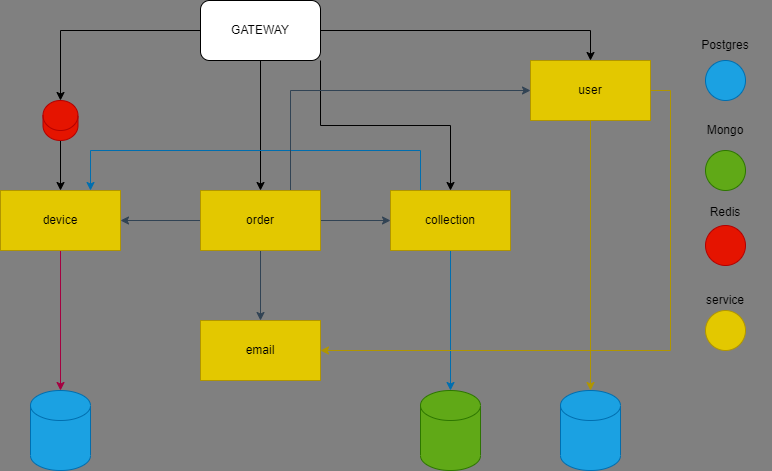
Above: docs/schema.png in alserov/device-shop (draw.io), before the change. Source tidied: cells renumbered, new cells last; positions are measured from the earlier drawing's top-left corner, leaving out a move shared by most shapes.
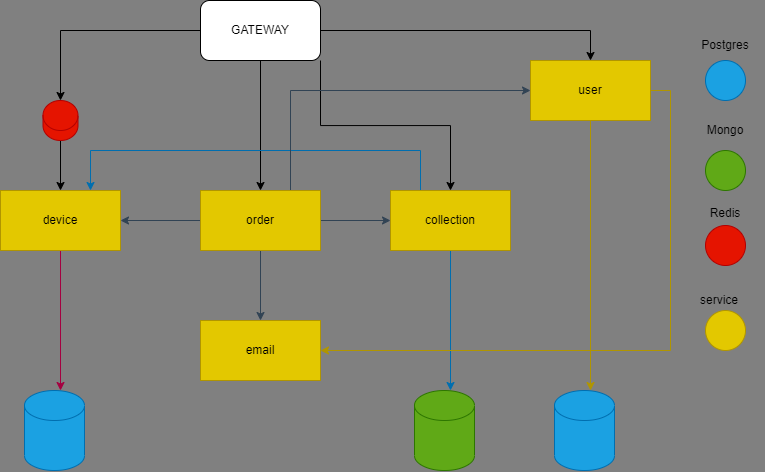
Later version of the same file.

Diff of the diagram source:
```diff
@@ -17,8 +17,10 @@
     <mxCell id="6" value="GATEWAY" style="rounded=1;whiteSpace=wrap;html=1;" parent="1" vertex="1">
       <mxGeometry x="200" width="120" height="60" as="geometry" />
     </mxCell>
-    <mxCell id="7" style="edgeStyle=orthogonalEdgeStyle;rounded=0;jettySize=auto;html=1;exitX=0.5;exitY=1;exitDx=0;exitDy=0;entryX=0.5;entryY=0;entryDx=0;entryDy=0;entryPerimeter=0;fillColor=#d80073;strokeColor=#A50040;" parent="1" edge="1" source="8" target="10">
-      <mxGeometry relative="1" as="geometry" />
+    <mxCell id="7" style="edgeStyle=orthogonalEdgeStyle;rounded=0;jettySize=auto;html=1;exitX=0.5;exitY=1;exitDx=0;exitDy=0;entryX=0.5;entryY=0;entryDx=0;entryDy=0;entryPerimeter=0;fillColor=#d80073;strokeColor=#A50040;" parent="1" edge="1" source="8">
+      <mxGeometry relative="1" as="geometry">
+        <mxPoint x="60" y="390" as="targetPoint" />
+      </mxGeometry>
     </mxCell>
     <mxCell id="8" value="device" style="rounded=0;whiteSpace=wrap;html=1;fillColor=#e3c800;fontColor=#000000;strokeColor=#B09500;" parent="1" vertex="1">
       <mxGeometry y="190" width="120" height="60" as="geometry" />
@@ -27,10 +29,12 @@
       <mxGeometry x="200" y="320" width="120" height="60" as="geometry" />
     </mxCell>
     <mxCell id="10" style="shape=cylinder3;whiteSpace=wrap;html=1;boundedLbl=1;backgroundOutline=1;size=15;labelBackgroundColor=#FFFF00;fillColor=#1ba1e2;fontColor=#ffffff;strokeColor=#006EAF;" parent="1" vertex="1">
-      <mxGeometry x="30" y="390" width="60" height="80" as="geometry" />
+      <mxGeometry x="24" y="390" width="60" height="80" as="geometry" />
     </mxCell>
-    <mxCell id="11" style="edgeStyle=orthogonalEdgeStyle;rounded=0;jettySize=auto;html=1;exitX=0.5;exitY=1;exitDx=0;exitDy=0;entryX=0.5;entryY=0;entryDx=0;entryDy=0;entryPerimeter=0;fillColor=#1ba1e2;strokeColor=#006EAF;" parent="1" edge="1" source="13" target="14">
-      <mxGeometry relative="1" as="geometry" />
+    <mxCell id="11" style="edgeStyle=orthogonalEdgeStyle;rounded=0;jettySize=auto;html=1;exitX=0.5;exitY=1;exitDx=0;exitDy=0;entryX=0.5;entryY=0;entryDx=0;entryDy=0;entryPerimeter=0;fillColor=#1ba1e2;strokeColor=#006EAF;" parent="1" edge="1" source="13">
+      <mxGeometry relative="1" as="geometry">
+        <mxPoint x="450" y="390" as="targetPoint" />
+      </mxGeometry>
     </mxCell>
     <mxCell id="12" style="edgeStyle=orthogonalEdgeStyle;rounded=0;jettySize=auto;html=1;exitX=0.25;exitY=0;exitDx=0;exitDy=0;entryX=0.75;entryY=0;entryDx=0;entryDy=0;fillColor=#1ba1e2;strokeColor=#006EAF;" parent="1" edge="1" source="13" target="8">
       <mxGeometry relative="1" as="geometry">
@@ -44,10 +48,12 @@
       <mxGeometry x="390" y="190" width="120" height="60" as="geometry" />
     </mxCell>
     <mxCell id="14" style="shape=cylinder3;whiteSpace=wrap;html=1;boundedLbl=1;backgroundOutline=1;size=15;labelBackgroundColor=#FFFF00;fillColor=#60a917;fontColor=#ffffff;strokeColor=#2D7600;" parent="1" vertex="1">
-      <mxGeometry x="420" y="390" width="60" height="80" as="geometry" />
+      <mxGeometry x="414" y="390" width="60" height="80" as="geometry" />
     </mxCell>
-    <mxCell id="15" style="edgeStyle=orthogonalEdgeStyle;rounded=0;jettySize=auto;html=1;exitX=0.5;exitY=1;exitDx=0;exitDy=0;entryX=0.5;entryY=0;entryDx=0;entryDy=0;entryPerimeter=0;fillColor=#e3c800;strokeColor=#B09500;" parent="1" edge="1" source="17" target="18">
-      <mxGeometry relative="1" as="geometry" />
+    <mxCell id="15" style="edgeStyle=orthogonalEdgeStyle;rounded=0;jettySize=auto;html=1;exitX=0.5;exitY=1;exitDx=0;exitDy=0;entryX=0.5;entryY=0;entryDx=0;entryDy=0;entryPerimeter=0;fillColor=#e3c800;strokeColor=#B09500;" parent="1" edge="1" source="17">
+      <mxGeometry relative="1" as="geometry">
+        <mxPoint x="590" y="390" as="targetPoint" />
+      </mxGeometry>
     </mxCell>
     <mxCell id="16" style="edgeStyle=orthogonalEdgeStyle;rounded=0;jettySize=auto;html=1;exitX=1;exitY=0.5;exitDx=0;exitDy=0;entryX=1;entryY=0.5;entryDx=0;entryDy=0;fillColor=#e3c800;strokeColor=#B09500;" parent="1" edge="1" source="17" target="9">
       <mxGeometry relative="1" as="geometry" />
@@ -56,7 +62,7 @@
       <mxGeometry x="530" y="60" width="120" height="60" as="geometry" />
     </mxCell>
     <mxCell id="18" style="shape=cylinder3;whiteSpace=wrap;html=1;boundedLbl=1;backgroundOutline=1;size=15;labelBackgroundColor=#FFFF00;fillColor=#1ba1e2;fontColor=#ffffff;strokeColor=#006EAF;" parent="1" vertex="1">
-      <mxGeometry x="560" y="390" width="60" height="80" as="geometry" />
+      <mxGeometry x="554" y="390" width="60" height="80" as="geometry" />
     </mxCell>
     <mxCell id="19" style="edgeStyle=orthogonalEdgeStyle;rounded=0;jettySize=auto;html=1;exitX=0.5;exitY=1;exitDx=0;exitDy=0;exitPerimeter=0;entryX=0.5;entryY=0;entryDx=0;entryDy=0;" parent="1" edge="1" source="20" target="8">
       <mxGeometry relative="1" as="geometry" />
@@ -98,7 +104,7 @@
       <mxGeometry x="705" y="310" width="40" height="40" as="geometry" />
     </mxCell>
     <mxCell id="32" value="service" style="text;html=1;strokeColor=none;fillColor=none;align=center;verticalAlign=middle;whiteSpace=wrap;rounded=0;" parent="1" vertex="1">
-      <mxGeometry x="680" y="290" width="90" height="20" as="geometry" />
+      <mxGeometry x="674" y="290" width="90" height="20" as="geometry" />
     </mxCell>
     <mxCell id="33" value="Mongo" style="text;html=1;strokeColor=none;fillColor=none;align=center;verticalAlign=middle;whiteSpace=wrap;rounded=0;" parent="1" vertex="1">
       <mxGeometry x="695" y="120" width="60" height="20" as="geometry" />
```
